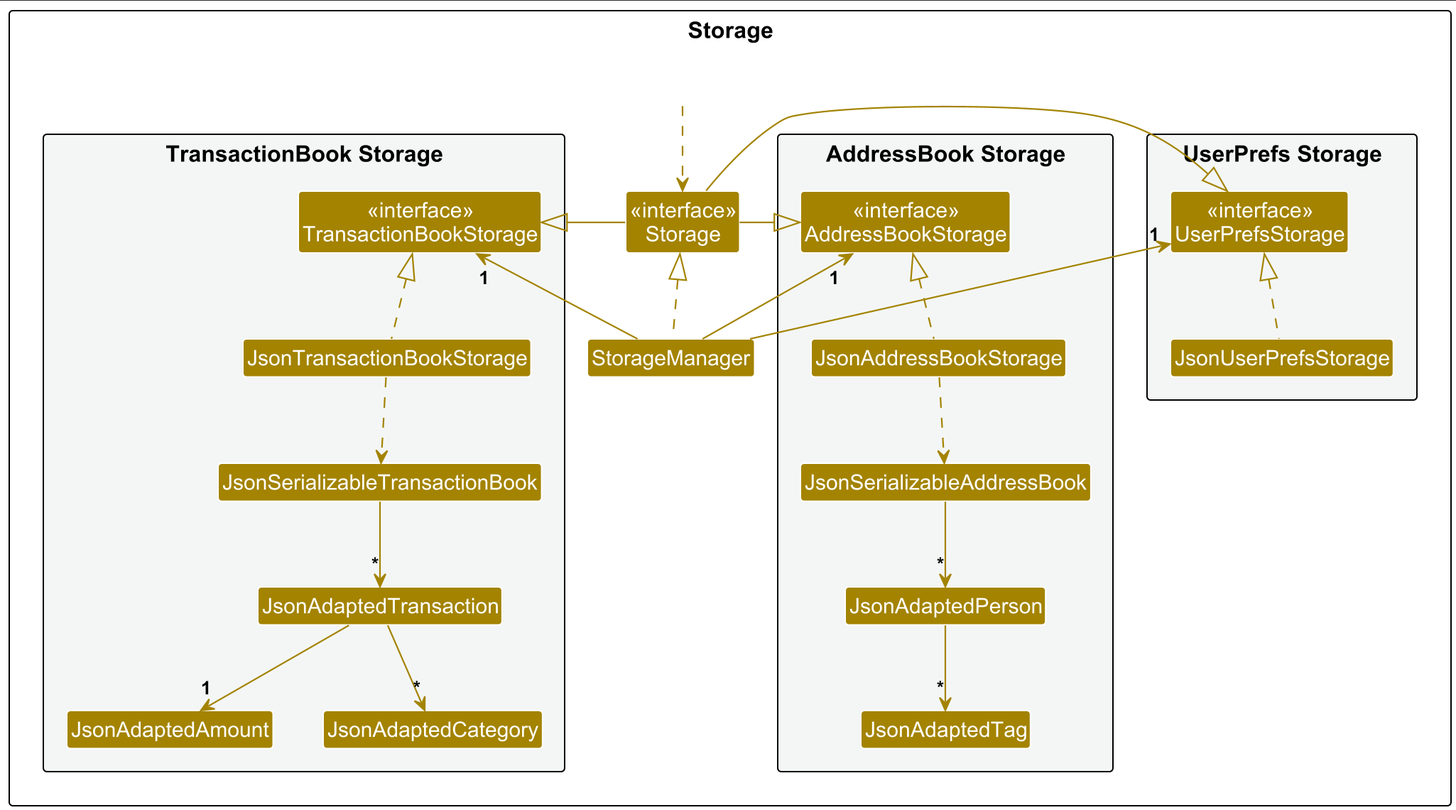
Earlier version of the PlantUML export docs/images/StorageClassDiagram.png (nus-cs2103-AY2425S1/tp). Its source is kept beside it as docs/diagrams/StorageClassDiagram.puml.
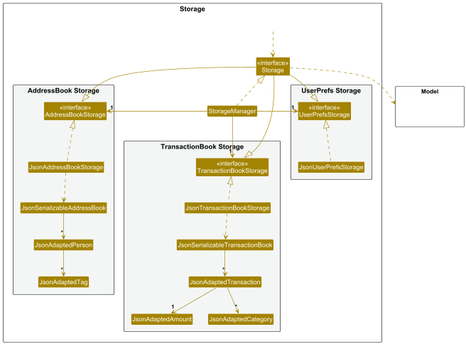
After the commit.

Commit message:
Add relationship to Model from Storage

What changed in the source:
```diff
@@ -4,23 +4,15 @@
 skinparam arrowColor STORAGE_COLOR
 skinparam classBackgroundColor STORAGE_COLOR
 
+
+package Model <<Rectangle>> {
+Class HiddenModel #FFFFFF
+}
+
 package Storage as StoragePackage {
-
-package "UserPrefs Storage" #F4F6F6{
-Class "<<interface>>\nUserPrefsStorage" as UserPrefsStorage
-Class JsonUserPrefsStorage
-}
 
 Class "<<interface>>\nStorage" as Storage
 Class StorageManager
-
-package "AddressBook Storage" #F4F6F6{
-Class "<<interface>>\nAddressBookStorage" as AddressBookStorage
-Class JsonAddressBookStorage
-Class JsonSerializableAddressBook
-Class JsonAdaptedPerson
-Class JsonAdaptedTag
-}
 
 package "TransactionBook Storage" #F4F6F6{
 Class "<<interface>>\nTransactionBookStorage" as TransactionBookStorage
@@ -31,18 +23,32 @@
 Class JsonAdaptedCategory
 }
 
+package "UserPrefs Storage" #F4F6F6{
+Class "<<interface>>\nUserPrefsStorage" as UserPrefsStorage
+Class JsonUserPrefsStorage
+}
+
+
+package "AddressBook Storage" #F4F6F6{
+Class "<<interface>>\nAddressBookStorage" as AddressBookStorage
+Class JsonAddressBookStorage
+Class JsonSerializableAddressBook
+Class JsonAdaptedPerson
+Class JsonAdaptedTag
+}
 
 Class HiddenOutside #FFFFFF
 HiddenOutside ..> Storage
 
+StorageManager -right-> "1" AddressBookStorage
+StorageManager -right-> "1" UserPrefsStorage
+StorageManager --> "1" TransactionBookStorage
 StorageManager .up.|> Storage
-StorageManager -up-> "1" UserPrefsStorage
-StorageManager -up-> "1" AddressBookStorage
-StorageManager -up-> "1" TransactionBookStorage
 
-Storage -right-|> AddressBookStorage
-Storage -right-|> TransactionBookStorage
-Storage -left-|> UserPrefsStorage
+Storage --|> AddressBookStorage
+Storage --|> UserPrefsStorage
+Storage --|> TransactionBookStorage
+Storage ..> Model
 
 JsonUserPrefsStorage .up.|> UserPrefsStorage
 
@@ -51,11 +57,12 @@
 JsonSerializableAddressBook --> "*" JsonAdaptedPerson
 JsonAdaptedPerson --> "*" JsonAdaptedTag
 
-
 JsonTransactionBookStorage .up.|> TransactionBookStorage
 JsonTransactionBookStorage ..> JsonSerializableTransactionBook
 JsonSerializableTransactionBook --> "*" JsonAdaptedTransaction
 JsonAdaptedTransaction --> "1" JsonAdaptedAmount
 JsonAdaptedTransaction --> "*" JsonAdaptedCategory
 
+
+
 @enduml
```
